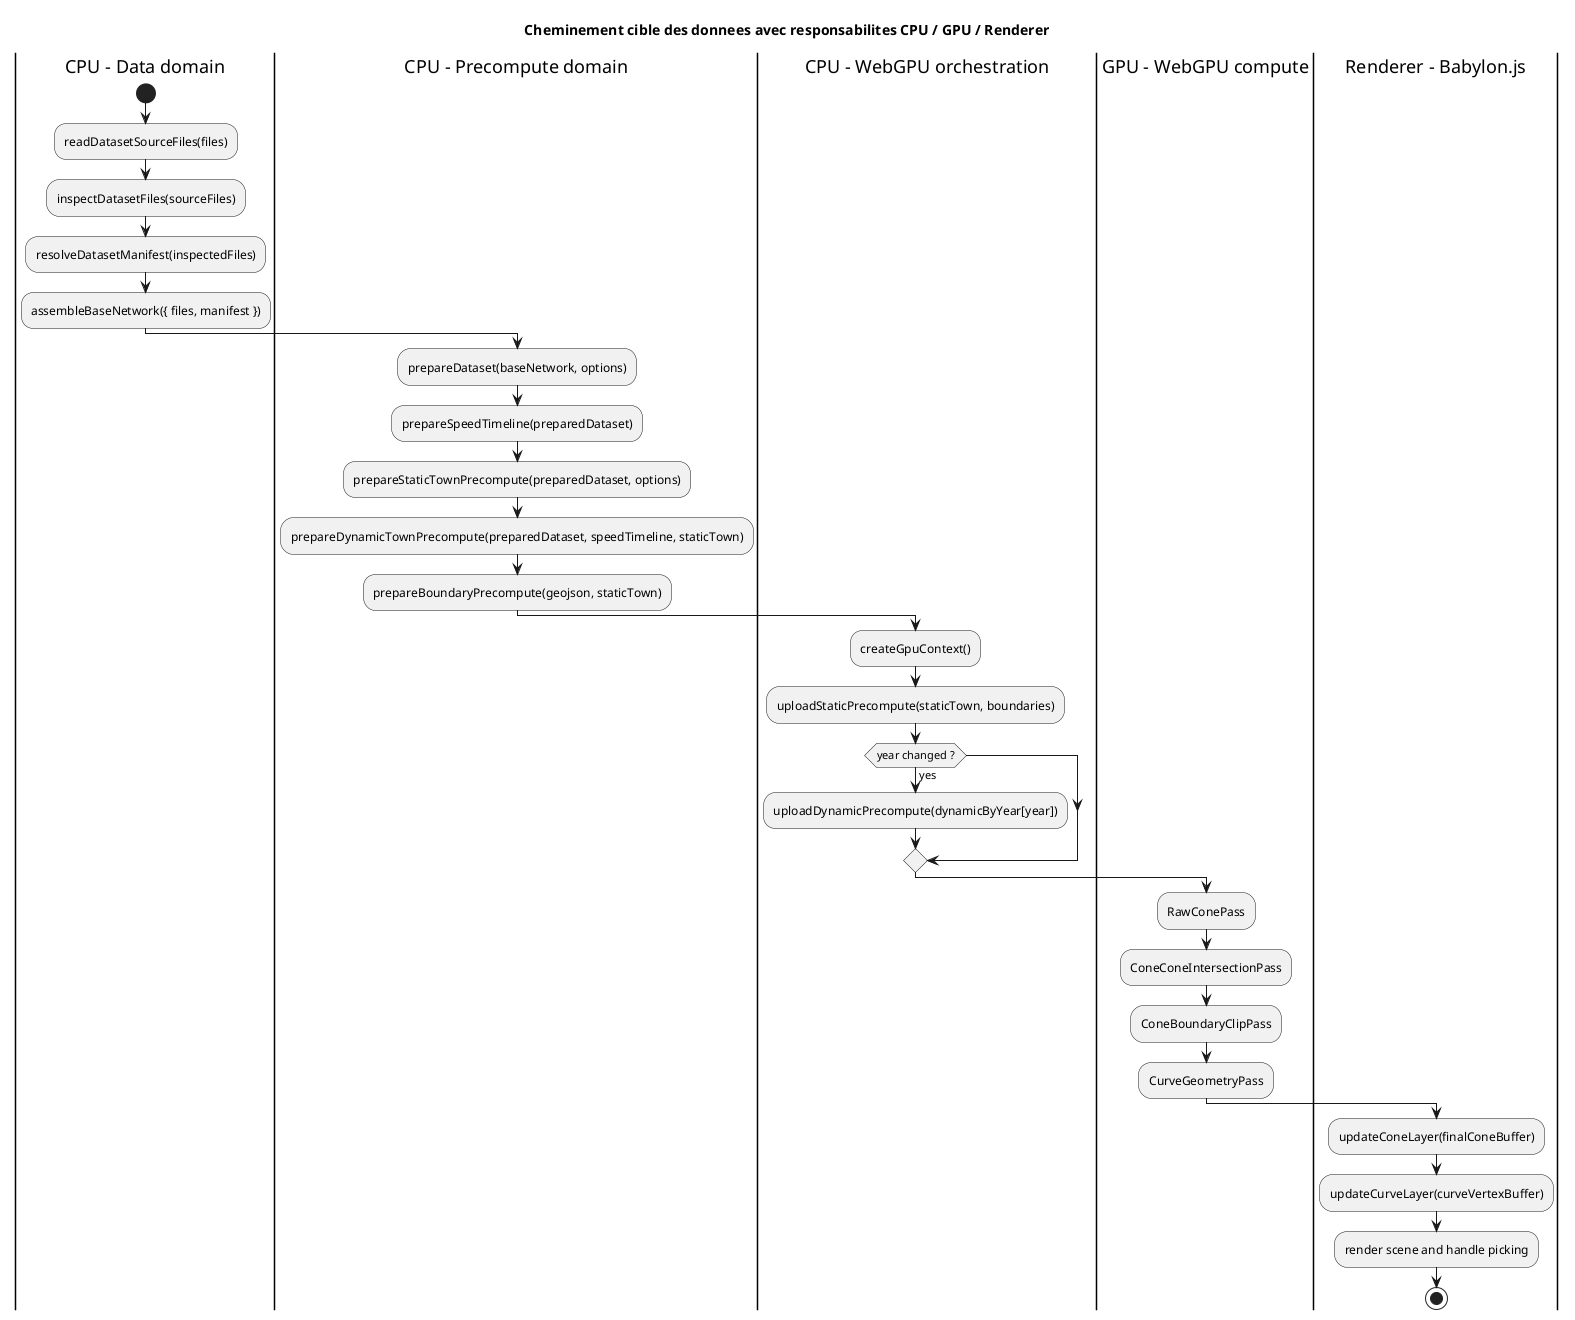
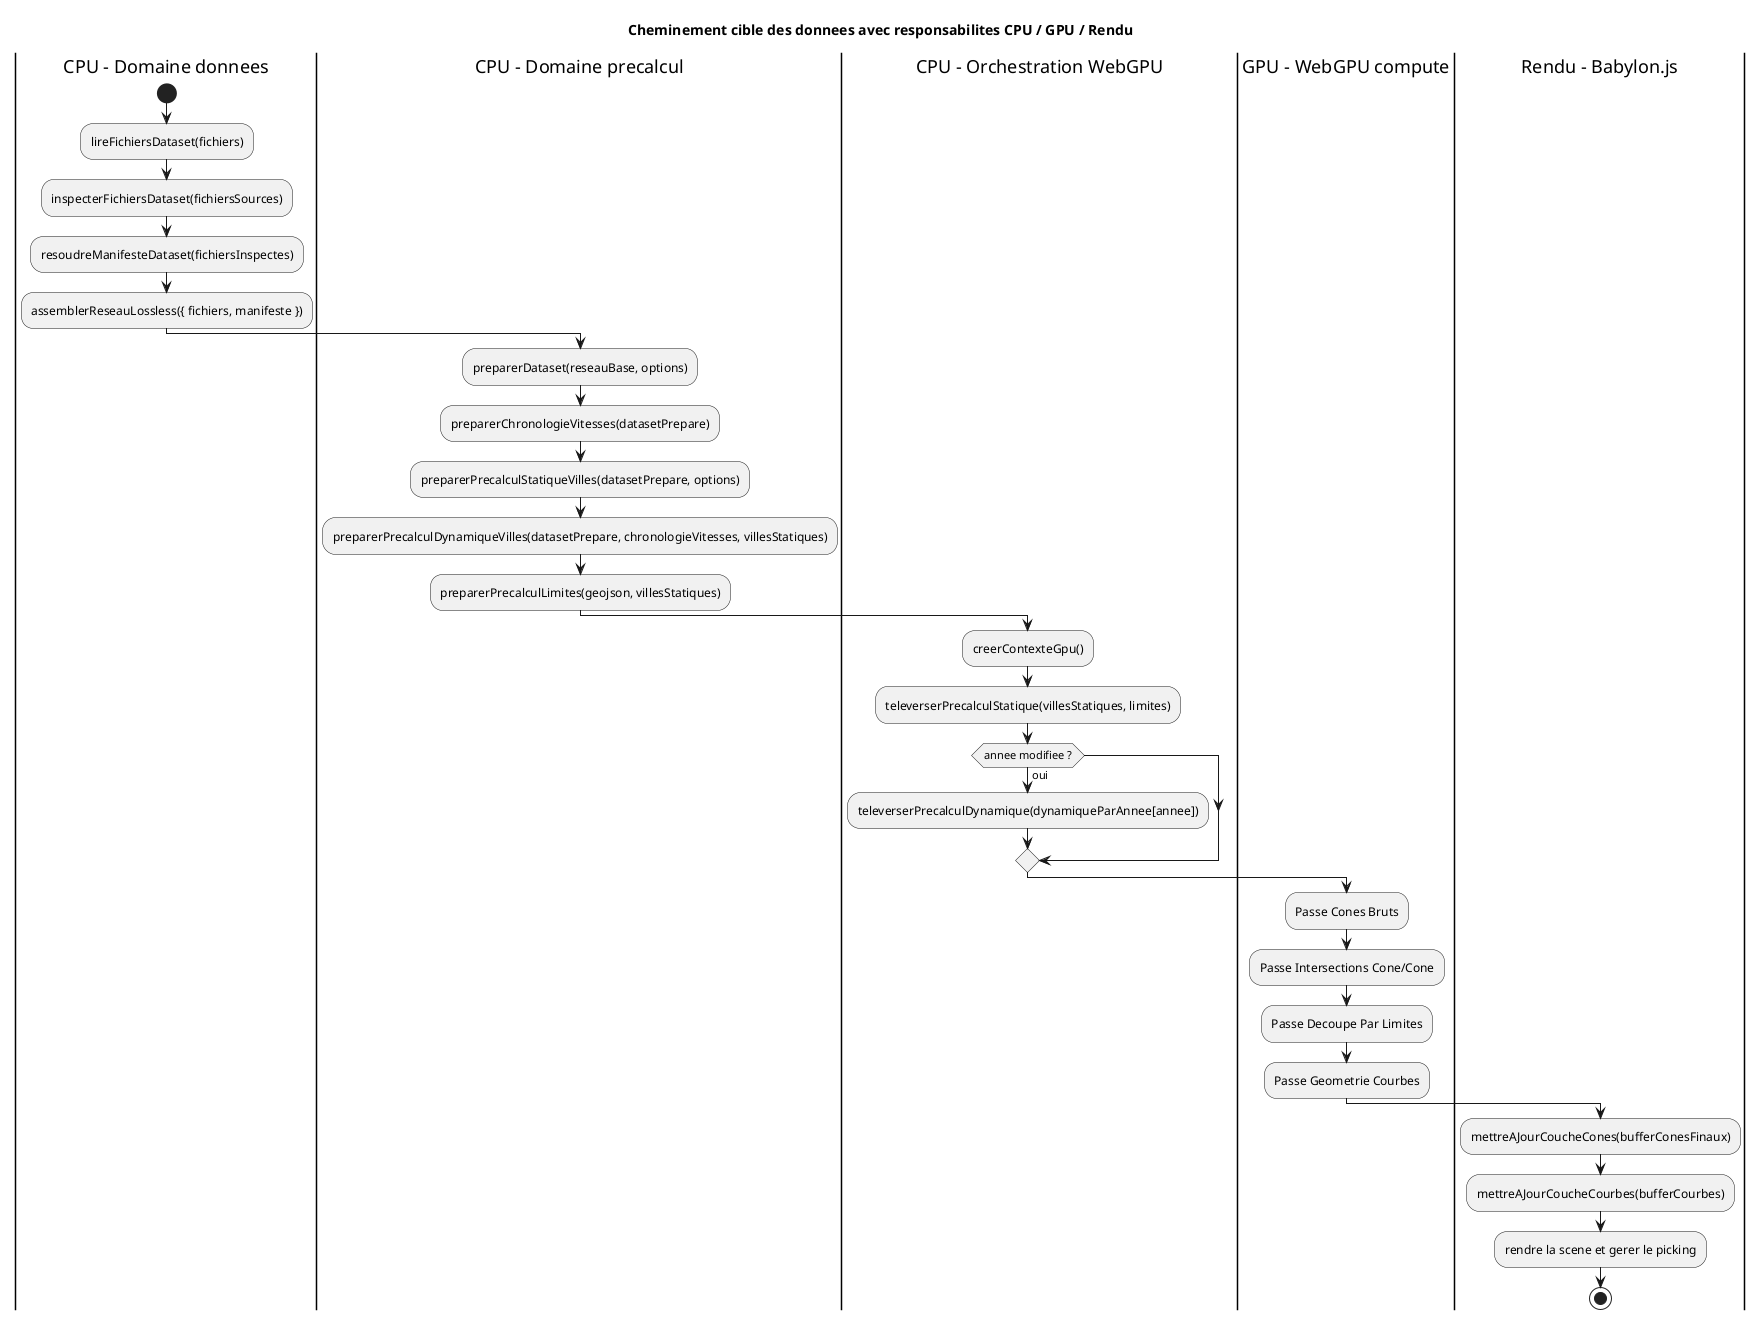
@startuml
- title Cheminement cible des donnees avec responsabilites CPU / GPU / Renderer
+ title Cheminement cible des donnees avec responsabilites CPU / GPU / Rendu

- |CPU - Data domain|
+ |CPU - Domaine donnees|
start
- :readDatasetSourceFiles(files);
- :inspectDatasetFiles(sourceFiles);
- :resolveDatasetManifest(inspectedFiles);
- :assembleBaseNetwork({ files, manifest });
+ :lireFichiersDataset(fichiers);
+ :inspecterFichiersDataset(fichiersSources);
+ :resoudreManifesteDataset(fichiersInspectes);
+ :assemblerReseauLossless({ fichiers, manifeste });

- |CPU - Precompute domain|
- :prepareDataset(baseNetwork, options);
- :prepareSpeedTimeline(preparedDataset);
- :prepareStaticTownPrecompute(preparedDataset, options);
- :prepareDynamicTownPrecompute(preparedDataset, speedTimeline, staticTown);
- :prepareBoundaryPrecompute(geojson, staticTown);
+ |CPU - Domaine precalcul|
+ :preparerDataset(reseauBase, options);
+ :preparerChronologieVitesses(datasetPrepare);
+ :preparerPrecalculStatiqueVilles(datasetPrepare, options);
+ :preparerPrecalculDynamiqueVilles(datasetPrepare, chronologieVitesses, villesStatiques);
+ :preparerPrecalculLimites(geojson, villesStatiques);

- |CPU - WebGPU orchestration|
- :createGpuContext();
- :uploadStaticPrecompute(staticTown, boundaries);
- if (year changed ?) then (yes)
-   :uploadDynamicPrecompute(dynamicByYear[year]);
+ |CPU - Orchestration WebGPU|
+ :creerContexteGpu();
+ :televerserPrecalculStatique(villesStatiques, limites);
+ if (annee modifiee ?) then (oui)
+   :televerserPrecalculDynamique(dynamiqueParAnnee[annee]);
endif

|GPU - WebGPU compute|
- :RawConePass;
- :ConeConeIntersectionPass;
- :ConeBoundaryClipPass;
- :CurveGeometryPass;
+ :Passe Cones Bruts;
+ :Passe Intersections Cone/Cone;
+ :Passe Decoupe Par Limites;
+ :Passe Geometrie Courbes;

- |Renderer - Babylon.js|
- :updateConeLayer(finalConeBuffer);
- :updateCurveLayer(curveVertexBuffer);
- :render scene and handle picking;
+ |Rendu - Babylon.js|
+ :mettreAJourCoucheCones(bufferConesFinaux);
+ :mettreAJourCoucheCourbes(bufferCourbes);
+ :rendre la scene et gerer le picking;

stop
@enduml
